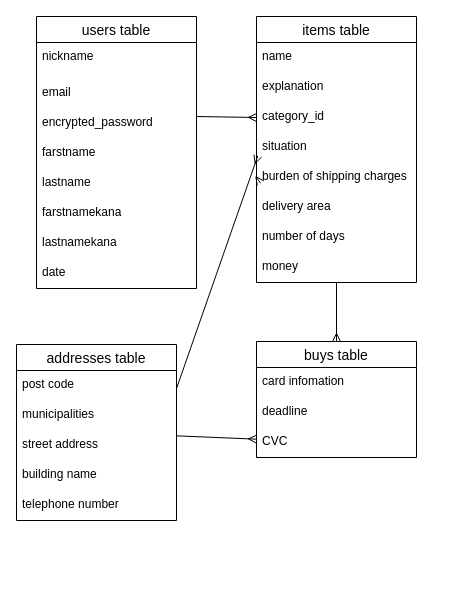
This is furima.dio from SAKURAchan916/furima-41121, a draw.io file, before an edit. Source tidied: cells renumbered, new cells numbered last; positions are measured from the earlier drawing's top-left corner, leaving out a move shared by most shapes. Both pictures are drawn from the tidied source at 100%, with x=0, y=0 at pixel (16, 16).
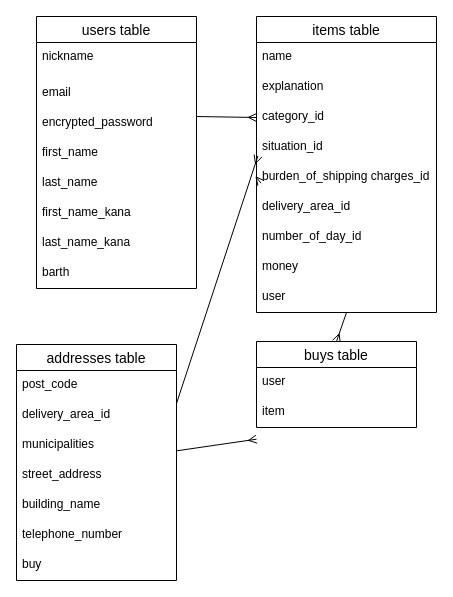
The same diagram, later.

Unchanged cells that the change refers to:
```xml
<mxCell id="2" value="users table" style="swimlane;fontStyle=0;horizontal=1;startSize=26;align=center;fontSize=14;" parent="1" vertex="1">
  <mxGeometry x="20" width="160" height="272" as="geometry" />
</mxCell>
```

Diff of the diagram source:
```diff
@@
-    <mxCell id="6" value="farstname" style="text;strokeColor=none;fillColor=none;spacingLeft=4;spacingRight=4;overflow=hidden;fontSize=12;" parent="2" vertex="1">
+    <mxCell id="6" value="first_name" style="text;strokeColor=none;fillColor=none;spacingLeft=4;spacingRight=4;overflow=hidden;fontSize=12;" parent="2" vertex="1">
       <mxGeometry y="122" width="160" height="30" as="geometry" />
     </mxCell>
-    <mxCell id="7" value="lastname" style="text;strokeColor=none;fillColor=none;spacingLeft=4;spacingRight=4;overflow=hidden;fontSize=12;" parent="2" vertex="1">
+    <mxCell id="7" value="last_name" style="text;strokeColor=none;fillColor=none;spacingLeft=4;spacingRight=4;overflow=hidden;fontSize=12;" parent="2" vertex="1">
       <mxGeometry y="152" width="160" height="30" as="geometry" />
     </mxCell>
-    <mxCell id="8" value="farstnamekana" style="text;strokeColor=none;fillColor=none;spacingLeft=4;spacingRight=4;overflow=hidden;fontSize=12;" parent="2" vertex="1">
+    <mxCell id="8" value="first_name_kana" style="text;strokeColor=none;fillColor=none;spacingLeft=4;spacingRight=4;overflow=hidden;fontSize=12;" parent="2" vertex="1">
       <mxGeometry y="182" width="160" height="30" as="geometry" />
     </mxCell>
-    <mxCell id="9" value="lastnamekana" style="text;strokeColor=none;fillColor=none;spacingLeft=4;spacingRight=4;overflow=hidden;fontSize=12;" parent="2" vertex="1">
+    <mxCell id="9" value="last_name_kana" style="text;strokeColor=none;fillColor=none;spacingLeft=4;spacingRight=4;overflow=hidden;fontSize=12;" parent="2" vertex="1">
       <mxGeometry y="212" width="160" height="30" as="geometry" />
     </mxCell>
-    <mxCell id="10" value="date" style="text;strokeColor=none;fillColor=none;spacingLeft=4;spacingRight=4;overflow=hidden;fontSize=12;" parent="2" vertex="1">
+    <mxCell id="10" value="barth" style="text;strokeColor=none;fillColor=none;spacingLeft=4;spacingRight=4;overflow=hidden;fontSize=12;" parent="2" vertex="1">
       <mxGeometry y="242" width="160" height="30" as="geometry" />
     </mxCell>
@@
     <mxCell id="12" value="items table" style="swimlane;fontStyle=0;horizontal=1;startSize=26;align=center;fontSize=14;" parent="1" vertex="1">
-      <mxGeometry x="240" width="160" height="266" as="geometry" />
+      <mxGeometry x="240" width="180" height="296" as="geometry" />
     </mxCell>
     <mxCell id="13" value="name" style="text;strokeColor=none;fillColor=none;spacingLeft=4;spacingRight=4;overflow=hidden;fontSize=12;" parent="12" vertex="1">
-      <mxGeometry y="26" width="160" height="30" as="geometry" />
+      <mxGeometry y="26" width="180" height="30" as="geometry" />
     </mxCell>
     <mxCell id="14" value="explanation" style="text;strokeColor=none;fillColor=none;spacingLeft=4;spacingRight=4;overflow=hidden;fontSize=12;" parent="12" vertex="1">
-      <mxGeometry y="56" width="160" height="30" as="geometry" />
+      <mxGeometry y="56" width="180" height="30" as="geometry" />
     </mxCell>
     <mxCell id="15" value="category_id" style="text;strokeColor=none;fillColor=none;spacingLeft=4;spacingRight=4;overflow=hidden;points=[[0,0.5],[1,0.5]];portConstraint=eastwest;fontSize=12;" parent="12" vertex="1">
-      <mxGeometry y="86" width="160" height="30" as="geometry" />
+      <mxGeometry y="86" width="180" height="30" as="geometry" />
     </mxCell>
-    <mxCell id="16" value="situation" style="text;strokeColor=none;fillColor=none;spacingLeft=4;spacingRight=4;overflow=hidden;fontSize=12;" parent="12" vertex="1">
-      <mxGeometry y="116" width="160" height="30" as="geometry" />
+    <mxCell id="16" value="situation_id" style="text;strokeColor=none;fillColor=none;spacingLeft=4;spacingRight=4;overflow=hidden;fontSize=12;" parent="12" vertex="1">
+      <mxGeometry y="116" width="180" height="30" as="geometry" />
     </mxCell>
@@
-    <mxCell id="18" value="burden of shipping charges" style="text;strokeColor=none;fillColor=none;spacingLeft=4;spacingRight=4;overflow=hidden;points=[[0,0.5],[1,0.5]];portConstraint=eastwest;fontSize=12;" parent="12" vertex="1">
-      <mxGeometry y="146" width="160" height="30" as="geometry" />
+    <mxCell id="18" value="burden_of_shipping charges_id" style="text;strokeColor=none;fillColor=none;spacingLeft=4;spacingRight=4;overflow=hidden;points=[[0,0.5],[1,0.5]];portConstraint=eastwest;fontSize=12;" parent="12" vertex="1">
+      <mxGeometry y="146" width="180" height="30" as="geometry" />
     </mxCell>
-    <mxCell id="19" value="delivery area" style="text;strokeColor=none;fillColor=none;spacingLeft=4;spacingRight=4;overflow=hidden;points=[[0,0.5],[1,0.5]];portConstraint=eastwest;fontSize=12;" parent="12" vertex="1">
-      <mxGeometry y="176" width="160" height="30" as="geometry" />
+    <mxCell id="19" value="delivery_area_id" style="text;strokeColor=none;fillColor=none;spacingLeft=4;spacingRight=4;overflow=hidden;points=[[0,0.5],[1,0.5]];portConstraint=eastwest;fontSize=12;" parent="12" vertex="1">
+      <mxGeometry y="176" width="180" height="30" as="geometry" />
     </mxCell>
-    <mxCell id="20" value="number of days" style="text;strokeColor=none;fillColor=none;spacingLeft=4;spacingRight=4;overflow=hidden;fontSize=12;" parent="12" vertex="1">
-      <mxGeometry y="206" width="160" height="30" as="geometry" />
+    <mxCell id="20" value="number_of_day_id" style="text;strokeColor=none;fillColor=none;spacingLeft=4;spacingRight=4;overflow=hidden;fontSize=12;" parent="12" vertex="1">
+      <mxGeometry y="206" width="180" height="30" as="geometry" />
     </mxCell>
     <mxCell id="21" value="money" style="text;strokeColor=none;fillColor=none;spacingLeft=4;spacingRight=4;overflow=hidden;fontSize=12;" parent="12" vertex="1">
-      <mxGeometry y="236" width="160" height="30" as="geometry" />
+      <mxGeometry y="236" width="180" height="30" as="geometry" />
     </mxCell>
+    <mxCell id="35" value="user" style="text;strokeColor=none;fillColor=none;spacingLeft=4;spacingRight=4;overflow=hidden;fontSize=12;" parent="12" vertex="1">
+      <mxGeometry y="266" width="180" height="30" as="geometry" />
+    </mxCell>
@@
     <mxCell id="23" value="buys table" style="swimlane;fontStyle=0;horizontal=1;startSize=26;align=center;fontSize=14;" parent="1" vertex="1">
-      <mxGeometry x="240" y="325" width="160" height="116" as="geometry" />
+      <mxGeometry x="240" y="325" width="160" height="86" as="geometry" />
     </mxCell>
-    <mxCell id="24" value="card infomation" style="text;strokeColor=none;fillColor=none;spacingLeft=4;spacingRight=4;overflow=hidden;fontSize=12;" parent="23" vertex="1">
+    <mxCell id="24" value="user" style="text;strokeColor=none;fillColor=none;spacingLeft=4;spacingRight=4;overflow=hidden;fontSize=12;" parent="23" vertex="1">
       <mxGeometry y="26" width="160" height="30" as="geometry" />
     </mxCell>
-    <mxCell id="25" value="deadline" style="text;strokeColor=none;fillColor=none;spacingLeft=4;spacingRight=4;overflow=hidden;fontSize=12;" parent="23" vertex="1">
+    <mxCell id="25" value="item" style="text;strokeColor=none;fillColor=none;spacingLeft=4;spacingRight=4;overflow=hidden;fontSize=12;" parent="23" vertex="1">
       <mxGeometry y="56" width="160" height="30" as="geometry" />
     </mxCell>
-    <mxCell id="26" value="CVC" style="text;strokeColor=none;fillColor=none;spacingLeft=4;spacingRight=4;overflow=hidden;points=[[0,0.5],[1,0.5]];portConstraint=eastwest;fontSize=12;" parent="23" vertex="1">
-      <mxGeometry y="86" width="160" height="30" as="geometry" />
-    </mxCell>
-    <mxCell id="27" style="edgeStyle=none;html=1;endArrow=ERmany;endFill=0;" parent="1" edge="1" source="29" target="26">
-      <mxGeometry relative="1" as="geometry" />
+    <mxCell id="27" style="edgeStyle=none;html=1;endArrow=ERmany;endFill=0;" parent="1" edge="1" source="29">
+      <mxGeometry relative="1" as="geometry">
+        <mxPoint x="240" y="422.7" as="targetPoint" />
+      </mxGeometry>
     </mxCell>
@@
     <mxCell id="29" value="addresses table" style="swimlane;fontStyle=0;horizontal=1;startSize=26;align=center;fontSize=14;" parent="1" vertex="1">
-      <mxGeometry y="328" width="160" height="176" as="geometry" />
+      <mxGeometry y="328" width="160" height="236" as="geometry" />
     </mxCell>
-    <mxCell id="30" value="post code" style="text;strokeColor=none;fillColor=none;spacingLeft=4;spacingRight=4;overflow=hidden;fontSize=12;" parent="29" vertex="1">
+    <mxCell id="30" value="post_code" style="text;strokeColor=none;fillColor=none;spacingLeft=4;spacingRight=4;overflow=hidden;fontSize=12;" parent="29" vertex="1">
       <mxGeometry y="26" width="160" height="30" as="geometry" />
     </mxCell>
+    <mxCell id="36" value="delivery_area_id" style="text;strokeColor=none;fillColor=none;spacingLeft=4;spacingRight=4;overflow=hidden;fontSize=12;" parent="29" vertex="1">
+      <mxGeometry y="56" width="160" height="30" as="geometry" />
+    </mxCell>
     <mxCell id="31" value="municipalities" style="text;strokeColor=none;fillColor=none;spacingLeft=4;spacingRight=4;overflow=hidden;fontSize=12;" parent="29" vertex="1">
-      <mxGeometry y="56" width="160" height="30" as="geometry" />
+      <mxGeometry y="86" width="160" height="30" as="geometry" />
     </mxCell>
-    <mxCell id="32" value="street address" style="text;strokeColor=none;fillColor=none;spacingLeft=4;spacingRight=4;overflow=hidden;fontSize=12;" parent="29" vertex="1">
-      <mxGeometry y="86" width="160" height="30" as="geometry" />
+    <mxCell id="32" value="street_address" style="text;strokeColor=none;fillColor=none;spacingLeft=4;spacingRight=4;overflow=hidden;fontSize=12;" parent="29" vertex="1">
+      <mxGeometry y="116" width="160" height="30" as="geometry" />
     </mxCell>
-    <mxCell id="33" value="building name" style="text;strokeColor=none;fillColor=none;spacingLeft=4;spacingRight=4;overflow=hidden;fontSize=12;" parent="29" vertex="1">
-      <mxGeometry y="116" width="160" height="30" as="geometry" />
+    <mxCell id="33" value="building_name" style="text;strokeColor=none;fillColor=none;spacingLeft=4;spacingRight=4;overflow=hidden;fontSize=12;" parent="29" vertex="1">
+      <mxGeometry y="146" width="160" height="30" as="geometry" />
     </mxCell>
-    <mxCell id="34" value="telephone number" style="text;strokeColor=none;fillColor=none;spacingLeft=4;spacingRight=4;overflow=hidden;fontSize=12;" parent="29" vertex="1">
-      <mxGeometry y="146" width="160" height="30" as="geometry" />
+    <mxCell id="34" value="telephone_number" style="text;strokeColor=none;fillColor=none;spacingLeft=4;spacingRight=4;overflow=hidden;fontSize=12;" parent="29" vertex="1">
+      <mxGeometry y="176" width="160" height="30" as="geometry" />
     </mxCell>
+    <mxCell id="37" value="buy" style="text;strokeColor=none;fillColor=none;spacingLeft=4;spacingRight=4;overflow=hidden;fontSize=12;" parent="29" vertex="1">
+      <mxGeometry y="206" width="160" height="30" as="geometry" />
+    </mxCell>
```
